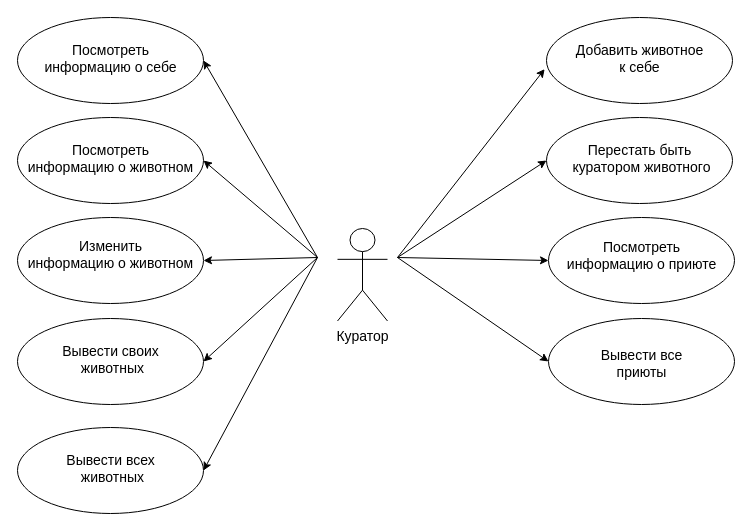
Laiika/bmstu-iu7-sd keeps this draw.io diagram as diagrams/use-case.drawio. Above is the earlier version. Source tidied: cells renumbered, new cells numbered last; positions are measured from the earlier drawing's top-left corner, leaving out a move shared by most shapes. Both pictures are drawn from the tidied source at 100%, with x=0, y=0 at pixel (17, 17).
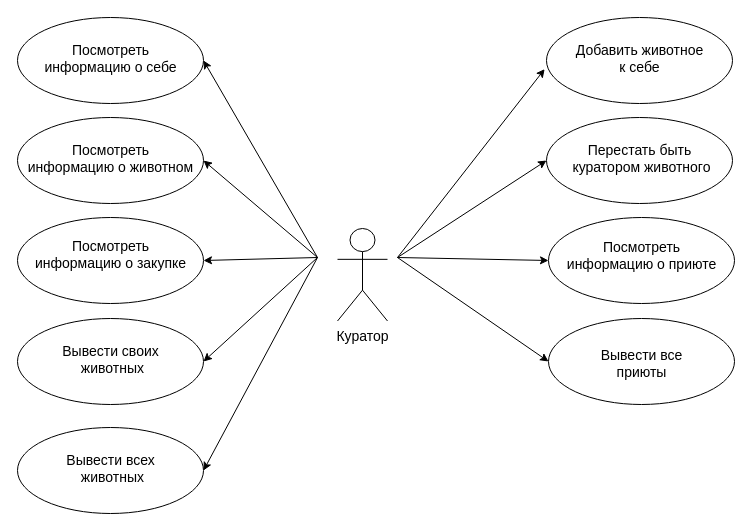
The same page after the edit.

Unchanged cells that the change refers to:
```xml
<mxCell id="14" style="graphMlID=n8;gradientDirection=east;shape=mxgraph.flowchart.start_1;fillColor=#ffffff;gradientColor=#ffffff;strokeColor=#000000;strokeWidth=1.0;" parent="1" vertex="1">
  <mxGeometry y="200" width="186" height="86" as="geometry" />
</mxCell>
```

Change to the diagram source:
```diff
@@
-    <mxCell id="15" value="&lt;font style=&quot;font-size: 14px;&quot;&gt;Изменить&lt;br&gt;информацию о животном&lt;/font&gt;" style="text;html=1;spacing=0;align=center;fontFamily=dialog;fontSize=12;fontStyle=0;=center;fontColor=#000000;verticalAlign=bottom;" parent="14" vertex="1">
+    <mxCell id="15" value="&lt;font style=&quot;font-size: 14px;&quot;&gt;Посмотреть&lt;br&gt;информацию о закупке&lt;/font&gt;" style="text;html=1;spacing=0;align=center;fontFamily=dialog;fontSize=12;fontStyle=0;=center;fontColor=#000000;verticalAlign=bottom;" parent="14" vertex="1">
       <mxGeometry x="60.2" y="9.5" width="65.5" height="45.9" as="geometry" />
     </mxCell>
```
